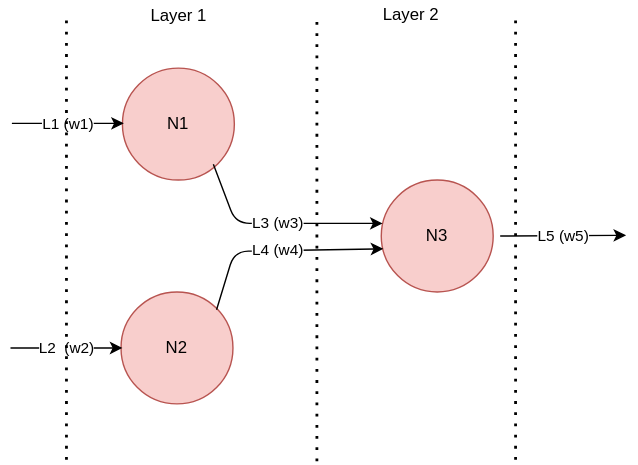
Earlier version of the draw.io export images/ann.svg (abhijitdhar16/ann). Source tidied: cells renumbered, new cells last; positions are measured from the earlier drawing's top-left corner, leaving out a move shared by most shapes.
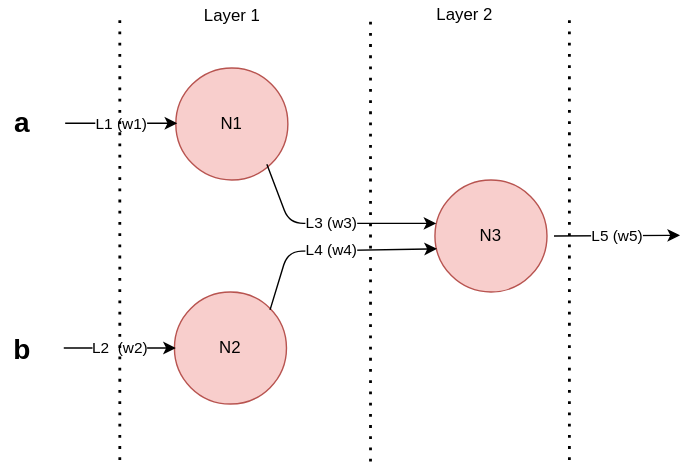
The same file after the commit.

The edit, as a diff of the source:
```diff
@@ -72,5 +72,11 @@
     <mxCell id="14" value="Layer 2" style="text;html=1;align=center;verticalAlign=middle;strokeColor=none;" parent="1" vertex="1">
       <mxGeometry x="256" width="60" height="20" as="geometry" />
     </mxCell>
+    <mxCell id="15" value="&lt;b&gt;&lt;font style=&quot;font-size: 20px&quot;&gt;a&lt;/font&gt;&lt;/b&gt;" style="text;html=1;align=center;verticalAlign=middle;strokeColor=none;" parent="1" vertex="1">
+      <mxGeometry x="-45" y="76" width="30" height="20" as="geometry" />
+    </mxCell>
+    <mxCell id="16" value="&lt;b&gt;&lt;font style=&quot;font-size: 20px&quot;&gt;b&lt;/font&gt;&lt;/b&gt;" style="text;html=1;align=center;verticalAlign=middle;strokeColor=none;" parent="1" vertex="1">
+      <mxGeometry x="-45" y="238" width="30" height="20" as="geometry" />
+    </mxCell>
   </root>
 </mxGraphModel>
```
